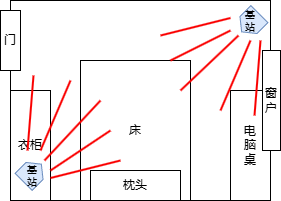
The draw.io diagram static/LivingroomMode.drawio.png in Hrenact/hrenact.github.io, before a commit. Source tidied: cells renumbered, new cells last; positions are measured from the earlier drawing's top-left corner, leaving out a move shared by most shapes.
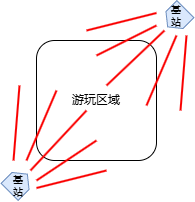
The same file after the commit.

Change to the diagram source:
```diff
@@ -2,97 +2,79 @@
   <root>
     <mxCell id="0" />
     <mxCell id="1" parent="0" />
-    <mxCell id="2" style="rounded=0;whiteSpace=wrap;html=1;" parent="1" vertex="1">
-      <mxGeometry x="10" width="260" height="200" as="geometry" />
-    </mxCell>
-    <mxCell id="3" value="衣柜" style="rounded=0;whiteSpace=wrap;html=1;" parent="1" vertex="1">
-      <mxGeometry x="10" y="90" width="40" height="110" as="geometry" />
-    </mxCell>
-    <mxCell id="4" value="门" style="rounded=0;whiteSpace=wrap;html=1;" parent="1" vertex="1">
-      <mxGeometry y="10" width="20" height="60" as="geometry" />
-    </mxCell>
-    <mxCell id="5" value="床" style="rounded=0;whiteSpace=wrap;html=1;" parent="1" vertex="1">
-      <mxGeometry x="80" y="60" width="110" height="140" as="geometry" />
-    </mxCell>
-    <mxCell id="6" value="&lt;div&gt;&lt;span style=&quot;background-color: initial;&quot;&gt;电&lt;/span&gt;&lt;/div&gt;&lt;div&gt;&lt;span style=&quot;background-color: initial;&quot;&gt;脑&lt;/span&gt;&lt;/div&gt;&lt;div&gt;&lt;span style=&quot;background-color: initial;&quot;&gt;桌&lt;/span&gt;&lt;br&gt;&lt;/div&gt;" style="rounded=0;whiteSpace=wrap;html=1;" parent="1" vertex="1">
-      <mxGeometry x="230" y="90" width="40" height="110" as="geometry" />
-    </mxCell>
-    <mxCell id="7" value="枕头" style="rounded=0;whiteSpace=wrap;html=1;" parent="1" vertex="1">
-      <mxGeometry x="90" y="170" width="90" height="30" as="geometry" />
-    </mxCell>
+    <mxCell id="23" value="游玩区域" style="rounded=1;whiteSpace=wrap;html=1;" parent="1" vertex="1">
+      <mxGeometry x="30" y="30" width="120" height="120" as="geometry" />
+    </mxCell>
     <mxCell id="8" style="shape=loopLimit;whiteSpace=wrap;html=1;size=20;rotation=-135;fillColor=#dae8fc;strokeColor=#6c8ebf;" parent="1" vertex="1">
-      <mxGeometry x="238" y="10" width="24" height="25" as="geometry" />
+      <mxGeometry x="158" y="-5" width="24" height="25" as="geometry" />
     </mxCell>
     <mxCell id="9" style="shape=loopLimit;whiteSpace=wrap;html=1;size=20;rotation=45;fillColor=#dae8fc;strokeColor=#6c8ebf;" parent="1" vertex="1">
-      <mxGeometry x="20" y="160" width="24" height="25" as="geometry" />
+      <mxGeometry y="160" width="24" height="25" as="geometry" />
     </mxCell>
-    <mxCell id="10" value="窗户" style="rounded=0;whiteSpace=wrap;html=1;" parent="1" vertex="1">
-      <mxGeometry x="262" y="50" width="18" height="100" as="geometry" />
-    </mxCell>
     <mxCell id="11" value="基站" style="text;html=1;align=center;verticalAlign=middle;whiteSpace=wrap;rounded=0;shadow=0;fontSize=10;" parent="1" vertex="1">
-      <mxGeometry x="240" y="5" width="20" height="30" as="geometry" />
+      <mxGeometry x="160" y="-10" width="20" height="30" as="geometry" />
     </mxCell>
     <mxCell id="12" value="基站" style="text;html=1;align=center;verticalAlign=middle;whiteSpace=wrap;rounded=0;shadow=0;fontSize=10;" parent="1" vertex="1">
-      <mxGeometry x="22" y="160" width="20" height="30" as="geometry" />
+      <mxGeometry x="2" y="160" width="20" height="30" as="geometry" />
     </mxCell>
     <mxCell id="13" style="endArrow=none;html=1;rounded=0;strokeColor=#FA0000;strokeWidth=2;" parent="1" edge="1">
       <mxGeometry relative="1" as="geometry">
-        <mxPoint x="44" y="160" as="sourcePoint" />
-        <mxPoint x="100" y="100" as="targetPoint" />
+        <mxPoint x="24" y="160" as="sourcePoint" />
+        <mxPoint x="80" y="100" as="targetPoint" />
       </mxGeometry>
     </mxCell>
     <mxCell id="14" style="endArrow=none;html=1;rounded=0;strokeColor=#FA0000;strokeWidth=2;" parent="1" edge="1">
       <mxGeometry relative="1" as="geometry">
-        <mxPoint x="50" y="177.5" as="sourcePoint" />
-        <mxPoint x="120" y="160" as="targetPoint" />
+        <mxPoint x="30" y="177.5" as="sourcePoint" />
+        <mxPoint x="100" y="160" as="targetPoint" />
       </mxGeometry>
     </mxCell>
     <mxCell id="15" style="endArrow=none;html=1;rounded=0;strokeColor=#FA0000;strokeWidth=2;" parent="1" edge="1">
       <mxGeometry relative="1" as="geometry">
-        <mxPoint x="27" y="150" as="sourcePoint" />
-        <mxPoint x="33" y="75" as="targetPoint" />
+        <mxPoint x="7" y="150" as="sourcePoint" />
+        <mxPoint x="13" y="75" as="targetPoint" />
       </mxGeometry>
     </mxCell>
     <mxCell id="16" style="endArrow=none;html=1;rounded=0;strokeColor=#FA0000;strokeWidth=2;" parent="1" edge="1">
       <mxGeometry relative="1" as="geometry">
-        <mxPoint x="50" y="170" as="sourcePoint" />
-        <mxPoint x="110" y="130" as="targetPoint" />
+        <mxPoint x="30" y="170" as="sourcePoint" />
+        <mxPoint x="90" y="130" as="targetPoint" />
       </mxGeometry>
     </mxCell>
     <mxCell id="17" style="endArrow=none;html=1;rounded=0;strokeColor=#FA0000;strokeWidth=2;" parent="1" edge="1">
       <mxGeometry relative="1" as="geometry">
-        <mxPoint x="40" y="150" as="sourcePoint" />
-        <mxPoint x="70" y="80" as="targetPoint" />
+        <mxPoint x="20" y="150" as="sourcePoint" />
+        <mxPoint x="50" y="80" as="targetPoint" />
       </mxGeometry>
     </mxCell>
     <mxCell id="18" style="endArrow=none;html=1;rounded=0;strokeColor=#FA0000;strokeWidth=2;" parent="1" edge="1">
       <mxGeometry relative="1" as="geometry">
-        <mxPoint x="180" y="90" as="sourcePoint" />
-        <mxPoint x="238" y="35" as="targetPoint" />
+        <mxPoint x="100" y="75" as="sourcePoint" />
+        <mxPoint x="158" y="20" as="targetPoint" />
       </mxGeometry>
     </mxCell>
     <mxCell id="19" style="endArrow=none;html=1;rounded=0;strokeColor=#FA0000;strokeWidth=2;" parent="1" edge="1">
       <mxGeometry relative="1" as="geometry">
-        <mxPoint x="160" y="35" as="sourcePoint" />
-        <mxPoint x="230" y="17.5" as="targetPoint" />
+        <mxPoint x="80" y="20" as="sourcePoint" />
+        <mxPoint x="150" y="2.5" as="targetPoint" />
       </mxGeometry>
     </mxCell>
     <mxCell id="20" style="endArrow=none;html=1;rounded=0;strokeColor=#FA0000;strokeWidth=2;" parent="1" edge="1">
       <mxGeometry relative="1" as="geometry">
-        <mxPoint x="170" y="60" as="sourcePoint" />
-        <mxPoint x="230" y="30" as="targetPoint" />
+        <mxPoint x="90" y="45" as="sourcePoint" />
+        <mxPoint x="150" y="15" as="targetPoint" />
       </mxGeometry>
     </mxCell>
     <mxCell id="21" style="endArrow=none;html=1;rounded=0;strokeColor=#FA0000;strokeWidth=2;" parent="1" edge="1">
       <mxGeometry relative="1" as="geometry">
-        <mxPoint x="220" y="110" as="sourcePoint" />
-        <mxPoint x="250" y="40" as="targetPoint" />
+        <mxPoint x="140" y="95" as="sourcePoint" />
+        <mxPoint x="170" y="25" as="targetPoint" />
       </mxGeometry>
     </mxCell>
     <mxCell id="22" style="endArrow=none;html=1;rounded=0;strokeColor=#FA0000;strokeWidth=2;" parent="1" edge="1">
       <mxGeometry relative="1" as="geometry">
-        <mxPoint x="254" y="115" as="sourcePoint" />
-        <mxPoint x="260" y="40" as="targetPoint" />
+        <mxPoint x="174" y="100" as="sourcePoint" />
+        <mxPoint x="180" y="25" as="targetPoint" />
       </mxGeometry>
     </mxCell>
   </root>
```
